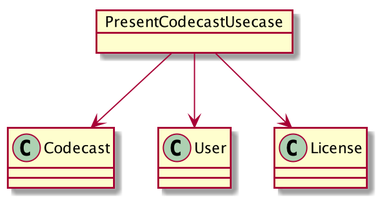
Earlier version of the PlantUML export schema.png (sundaycrafts/study-cleancoders-java-case-study).
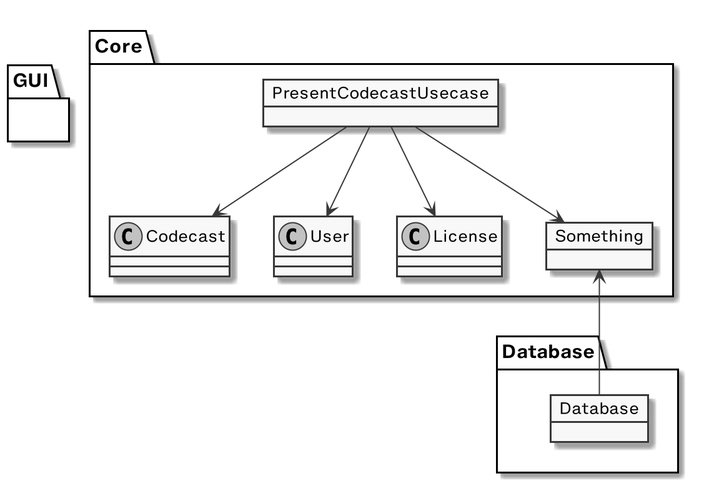
Later version of the same file.

Commit message:
ep1: don't care about the detail at first

Diff of the diagram source:
```diff
@@ -1,10 +1,26 @@
 @startuml
-object PresentCodecastUsecase
-class Codecast
-class User
-class License
+skinparam monochrome true
+skinparam defaultFontName "Helvetica Now Micro"
+skinparam ArrowFontName "Fira Sans Condensed"
+skinparam ArrowFontStyle italic
+package Core {
+  object PresentCodecastUsecase
+  class Codecast
+  class User
+  class License
+  object Something
+}
 
 PresentCodecastUsecase --> Codecast
 PresentCodecastUsecase --> User
 PresentCodecastUsecase --> License
+PresentCodecastUsecase --> Something
+Something <-- Database
+
+package GUI {
+}
+
+package Database {
+  object Database
+}
 @enduml
```
